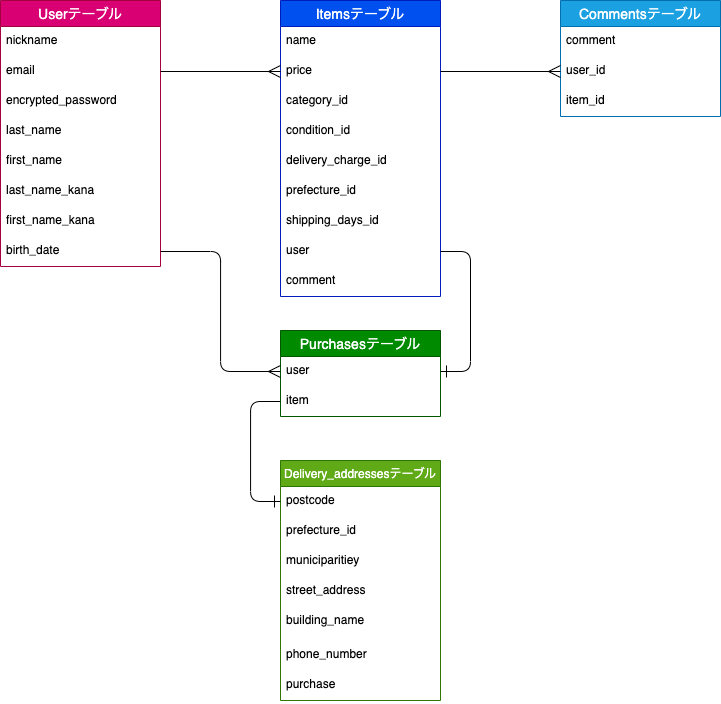
Earlier version of the draw.io export test.drawio.png (navarrete19970711/furima-39951). Source tidied: cells renumbered, new cells last; positions are measured from the earlier drawing's top-left corner, leaving out a move shared by most shapes.
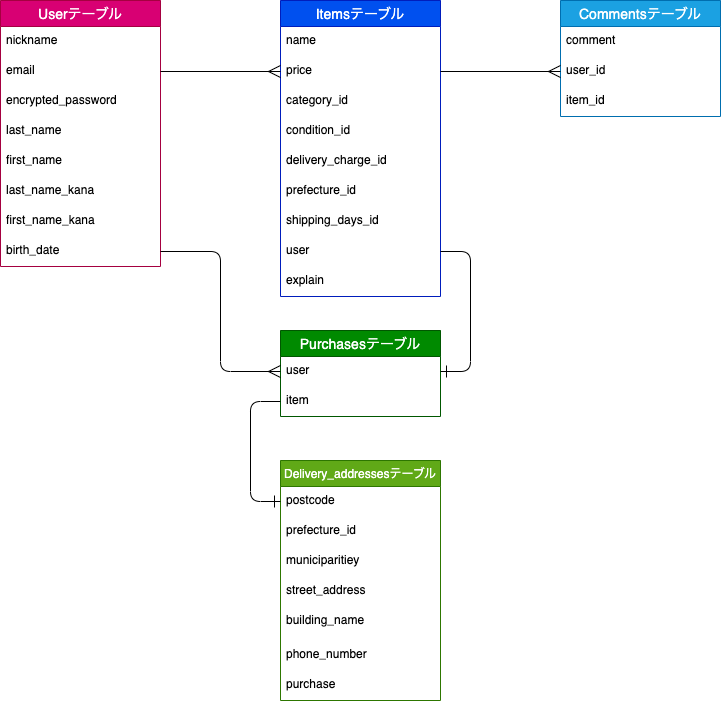
Above is the later version.

Change to the diagram source:
```diff
@@ -56,7 +56,7 @@
     <mxCell id="19" value="user" style="text;strokeColor=none;fillColor=none;spacingLeft=4;spacingRight=4;overflow=hidden;points=[[0,0.5],[1,0.5]];portConstraint=eastwest;fontSize=12;" parent="11" vertex="1">
       <mxGeometry y="236" width="160" height="30" as="geometry" />
     </mxCell>
-    <mxCell id="20" value="comment" style="text;strokeColor=none;fillColor=none;spacingLeft=4;spacingRight=4;overflow=hidden;fontSize=12;" parent="11" vertex="1">
+    <mxCell id="20" value="explain" style="text;strokeColor=none;fillColor=none;spacingLeft=4;spacingRight=4;overflow=hidden;fontSize=12;" parent="11" vertex="1">
       <mxGeometry y="266" width="160" height="30" as="geometry" />
     </mxCell>
     <mxCell id="21" value="Delivery_addressesテーブル" style="swimlane;fontStyle=0;horizontal=1;startSize=26;align=center;fontSize=12;labelBorderColor=none;fillStyle=auto;fillColor=#60a917;fontColor=#ffffff;strokeColor=#2D7600;" parent="1" vertex="1">
```
